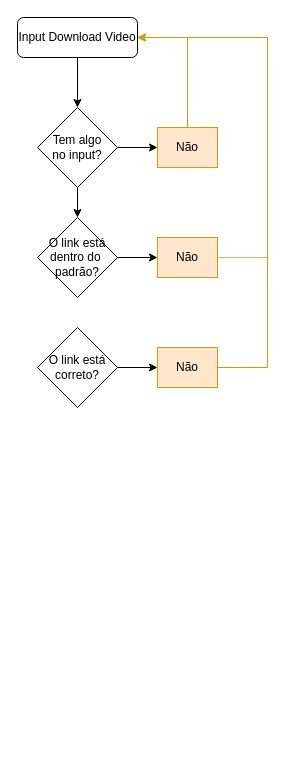
The draw.io diagram page "Página-2" (2 of 2) of Youdownload.drawio in gabrimota/Diagramas, before the edit. Source tidied: cells renumbered, new cells numbered last; positions are measured from the earlier drawing's top-left corner, leaving out a move shared by most shapes. Both pictures are drawn from the tidied source at 100%, with x=0, y=0 at pixel (17, 17).
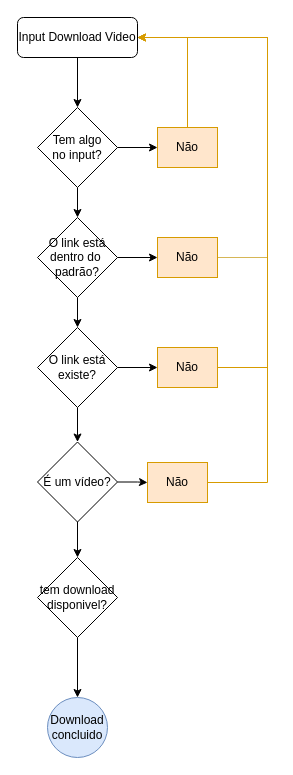
After the change.

Unchanged cells that the change refers to:
```xml
<mxCell id="3" value="Input Download Video" style="rounded=1;whiteSpace=wrap;html=1;" parent="1" vertex="1">
  <mxGeometry width="120" height="40" as="geometry" />
</mxCell>
<mxCell id="8" value="O link está&lt;br&gt;dentro do&amp;nbsp;&lt;br&gt;padrão?" style="rhombus;whiteSpace=wrap;html=1;" parent="1" vertex="1">
  <mxGeometry x="20" y="200" width="80" height="80" as="geometry" />
</mxCell>
```

Change to the diagram source:
```diff
@@
+    <mxCell id="17" style="edgeStyle=orthogonalEdgeStyle;rounded=0;jettySize=auto;html=1;entryX=0.5;entryY=0;entryDx=0;entryDy=0;" parent="1" edge="1" source="8" target="14">
+      <mxGeometry relative="1" as="geometry" />
+    </mxCell>
@@
+    <mxCell id="18" style="edgeStyle=orthogonalEdgeStyle;rounded=0;jettySize=auto;html=1;entryX=0.5;entryY=0;entryDx=0;entryDy=0;" parent="1" edge="1" source="14" target="21">
+      <mxGeometry relative="1" as="geometry" />
+    </mxCell>
-    <mxCell id="14" value="O link está&lt;br&gt;correto?" style="rhombus;whiteSpace=wrap;html=1;" parent="1" vertex="1">
+    <mxCell id="14" value="O link está&lt;br&gt;existe?" style="rhombus;whiteSpace=wrap;html=1;" parent="1" vertex="1">
       <mxGeometry x="20" y="310" width="80" height="80" as="geometry" />
     </mxCell>
@@
+    <mxCell id="19" style="edgeStyle=orthogonalEdgeStyle;rounded=0;jettySize=auto;html=1;entryX=0;entryY=0.5;entryDx=0;entryDy=0;" parent="1" edge="1" source="21" target="23">
+      <mxGeometry relative="1" as="geometry" />
+    </mxCell>
+    <mxCell id="20" style="edgeStyle=orthogonalEdgeStyle;rounded=0;jettySize=auto;html=1;" parent="1" edge="1" source="21" target="26">
+      <mxGeometry relative="1" as="geometry" />
+    </mxCell>
+    <mxCell id="21" value="É um vídeo?" style="rhombus;whiteSpace=wrap;html=1;" parent="1" vertex="1">
+      <mxGeometry x="20" y="424.5" width="80" height="80" as="geometry" />
+    </mxCell>
+    <mxCell id="22" style="edgeStyle=orthogonalEdgeStyle;rounded=0;jettySize=auto;html=1;entryX=1;entryY=0.5;entryDx=0;entryDy=0;fillColor=#ffe6cc;strokeColor=#d79b00;" parent="1" edge="1" source="23" target="3">
+      <mxGeometry relative="1" as="geometry">
+        <Array as="points">
+          <mxPoint x="250" y="465" />
+          <mxPoint x="250" y="20" />
+        </Array>
+      </mxGeometry>
+    </mxCell>
+    <mxCell id="23" value="Não" style="rounded=0;whiteSpace=wrap;html=1;fillColor=#ffe6cc;strokeColor=#d79b00;" parent="1" vertex="1">
+      <mxGeometry x="130" y="445" width="60" height="40" as="geometry" />
+    </mxCell>
+    <mxCell id="24" value="Download&lt;br&gt;concluido" style="ellipse;whiteSpace=wrap;html=1;fillColor=#dae8fc;strokeColor=#6c8ebf;" parent="1" vertex="1">
+      <mxGeometry x="30" y="680" width="60" height="60" as="geometry" />
+    </mxCell>
+    <mxCell id="25" style="edgeStyle=orthogonalEdgeStyle;rounded=0;jettySize=auto;html=1;entryX=0.5;entryY=0;entryDx=0;entryDy=0;" parent="1" edge="1" source="26" target="24">
+      <mxGeometry relative="1" as="geometry" />
+    </mxCell>
+    <mxCell id="26" value="tem download&lt;br&gt;disponivel?" style="rhombus;whiteSpace=wrap;html=1;" parent="1" vertex="1">
+      <mxGeometry x="20" y="540" width="80" height="80" as="geometry" />
+    </mxCell>
```
